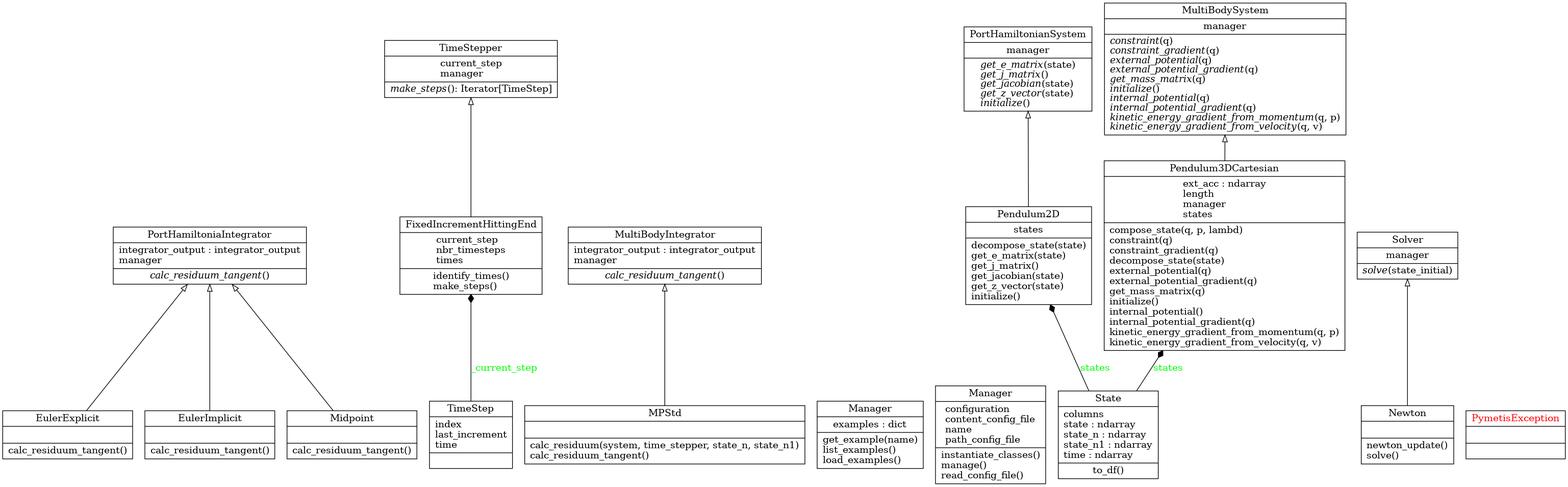
Earlier version of the Graphviz export docs/assets/classes_pydykit.png (pydykit/pydykit). Its source is kept beside it as docs/assets/classes_pydykit.dot. Source of this version:
```dot
digraph "classes_pymetis" {
rankdir=BT
charset="utf-8"
"pymetis.integrators.EulerExplicit" [color="black", fontcolor="black", label=<{EulerExplicit|<br ALIGN="LEFT"/>|calc_residuum_tangent()<br ALIGN="LEFT"/>}>, shape="record", style="solid"];
"pymetis.integrators.EulerImplicit" [color="black", fontcolor="black", label=<{EulerImplicit|<br ALIGN="LEFT"/>|calc_residuum_tangent()<br ALIGN="LEFT"/>}>, shape="record", style="solid"];
"pymetis.time_steppers.FixedIncrementHittingEnd" [color="black", fontcolor="black", label=<{FixedIncrementHittingEnd|current_step<br ALIGN="LEFT"/>nbr_timesteps<br ALIGN="LEFT"/>times : ndarray<br ALIGN="LEFT"/>|identify_times()<br ALIGN="LEFT"/>make_steps()<br ALIGN="LEFT"/>}>, shape="record", style="solid"];
"pymetis.integrators.MPStd" [color="black", fontcolor="black", label=<{MPStd|<br ALIGN="LEFT"/>|calc_residuum(system, time_stepper, state_n, state_n1)<br ALIGN="LEFT"/>calc_residuum_tangent()<br ALIGN="LEFT"/>}>, shape="record", style="solid"];
"pymetis.examples.Manager" [color="black", fontcolor="black", label=<{Manager|examples : dict<br ALIGN="LEFT"/>|get_example(name)<br ALIGN="LEFT"/>list_examples()<br ALIGN="LEFT"/>load_examples()<br ALIGN="LEFT"/>}>, shape="record", style="solid"];
"pymetis.core.Manager" [color="black", fontcolor="black", label=<{Manager|configuration<br ALIGN="LEFT"/>content_config_file<br ALIGN="LEFT"/>name<br ALIGN="LEFT"/>path_config_file<br ALIGN="LEFT"/>|instantiate_classes()<br ALIGN="LEFT"/>manage()<br ALIGN="LEFT"/>read_config_file()<br ALIGN="LEFT"/>}>, shape="record", style="solid"];
"pymetis.integrators.Midpoint" [color="black", fontcolor="black", label=<{Midpoint|<br ALIGN="LEFT"/>|calc_residuum_tangent()<br ALIGN="LEFT"/>}>, shape="record", style="solid"];
"pymetis.integrators.MultiBodyIntegrator" [color="black", fontcolor="black", label=<{MultiBodyIntegrator|integrator_output : integrator_output<br ALIGN="LEFT"/>manager<br ALIGN="LEFT"/>|<I>calc_residuum_tangent</I>()<br ALIGN="LEFT"/>}>, shape="record", style="solid"];
"pymetis.systems.MultiBodySystem" [color="black", fontcolor="black", label=<{MultiBodySystem|manager<br ALIGN="LEFT"/>|<I>constraint</I>(q)<br ALIGN="LEFT"/><I>constraint_gradient</I>(q)<br ALIGN="LEFT"/><I>external_potential</I>(q)<br ALIGN="LEFT"/><I>external_potential_gradient</I>(q)<br ALIGN="LEFT"/><I>get_mass_matrix</I>(q)<br ALIGN="LEFT"/><I>initialize</I>()<br ALIGN="LEFT"/><I>internal_potential</I>(q)<br ALIGN="LEFT"/><I>internal_potential_gradient</I>(q)<br ALIGN="LEFT"/><I>kinetic_energy_gradient_from_momentum</I>(q, p)<br ALIGN="LEFT"/><I>kinetic_energy_gradient_from_velocity</I>(q, v)<br ALIGN="LEFT"/>}>, shape="record", style="solid"];
"pymetis.solvers.Newton" [color="black", fontcolor="black", label=<{Newton|<br ALIGN="LEFT"/>|newton_update()<br ALIGN="LEFT"/>solve()<br ALIGN="LEFT"/>}>, shape="record", style="solid"];
"pymetis.systems.Pendulum2D" [color="black", fontcolor="black", label=<{Pendulum2D|states<br ALIGN="LEFT"/>|decompose_state(state)<br ALIGN="LEFT"/>get_e_matrix(state)<br ALIGN="LEFT"/>get_j_matrix()<br ALIGN="LEFT"/>get_jacobian(state)<br ALIGN="LEFT"/>get_z_vector(state)<br ALIGN="LEFT"/>initialize()<br ALIGN="LEFT"/>}>, shape="record", style="solid"];
"pymetis.systems.Pendulum3DCartesian" [color="black", fontcolor="black", label=<{Pendulum3DCartesian|ext_acc : ndarray<br ALIGN="LEFT"/>length : ndarray<br ALIGN="LEFT"/>manager<br ALIGN="LEFT"/>states<br ALIGN="LEFT"/>|compose_state(q, p, lambd)<br ALIGN="LEFT"/>constraint(q)<br ALIGN="LEFT"/>constraint_gradient(q)<br ALIGN="LEFT"/>decompose_state(state)<br ALIGN="LEFT"/>external_potential(q)<br ALIGN="LEFT"/>external_potential_gradient(q)<br ALIGN="LEFT"/>get_mass_matrix(q)<br ALIGN="LEFT"/>initialize()<br ALIGN="LEFT"/>internal_potential()<br ALIGN="LEFT"/>internal_potential_gradient(q)<br ALIGN="LEFT"/>kinetic_energy_gradient_from_momentum(q, p)<br ALIGN="LEFT"/>kinetic_energy_gradient_from_velocity(q, v)<br ALIGN="LEFT"/>}>, shape="record", style="solid"];
"pymetis.integrators.PortHamiltoniaIntegrator" [color="black", fontcolor="black", label=<{PortHamiltoniaIntegrator|integrator_output : integrator_output<br ALIGN="LEFT"/>manager<br ALIGN="LEFT"/>|<I>calc_residuum_tangent</I>()<br ALIGN="LEFT"/>}>, shape="record", style="solid"];
"pymetis.systems.PortHamiltonianSystem" [color="black", fontcolor="black", label=<{PortHamiltonianSystem|manager<br ALIGN="LEFT"/>|<I>get_e_matrix</I>(state)<br ALIGN="LEFT"/><I>get_j_matrix</I>()<br ALIGN="LEFT"/><I>get_jacobian</I>(state)<br ALIGN="LEFT"/><I>get_z_vector</I>(state)<br ALIGN="LEFT"/><I>initialize</I>()<br ALIGN="LEFT"/>}>, shape="record", style="solid"];
"pymetis.utils.PymetisException" [color="black", fontcolor="red", label=<{PymetisException|<br ALIGN="LEFT"/>|}>, shape="record", style="solid"];
"pymetis.solvers.Solver" [color="black", fontcolor="black", label=<{Solver|manager<br ALIGN="LEFT"/>|<I>solve</I>(state_initial)<br ALIGN="LEFT"/>}>, shape="record", style="solid"];
"pymetis.states.State" [color="black", fontcolor="black", label=<{State|columns<br ALIGN="LEFT"/>state : ndarray<br ALIGN="LEFT"/>state_n : ndarray<br ALIGN="LEFT"/>state_n1 : ndarray<br ALIGN="LEFT"/>time : ndarray<br ALIGN="LEFT"/>|to_df()<br ALIGN="LEFT"/>}>, shape="record", style="solid"];
"pymetis.time_steppers.TimeStep" [color="black", fontcolor="black", label=<{TimeStep|index<br ALIGN="LEFT"/>last_increment<br ALIGN="LEFT"/>time<br ALIGN="LEFT"/>|}>, shape="record", style="solid"];
"pymetis.time_steppers.TimeStepper" [color="black", fontcolor="black", label=<{TimeStepper|current_step<br ALIGN="LEFT"/>manager<br ALIGN="LEFT"/>|<I>make_steps</I>(): Iterator[TimeStep]<br ALIGN="LEFT"/>}>, shape="record", style="solid"];
"pymetis.integrators.EulerExplicit" -> "pymetis.integrators.PortHamiltoniaIntegrator" [arrowhead="empty", arrowtail="none"];
"pymetis.integrators.EulerImplicit" -> "pymetis.integrators.PortHamiltoniaIntegrator" [arrowhead="empty", arrowtail="none"];
"pymetis.integrators.MPStd" -> "pymetis.integrators.MultiBodyIntegrator" [arrowhead="empty", arrowtail="none"];
"pymetis.integrators.Midpoint" -> "pymetis.integrators.PortHamiltoniaIntegrator" [arrowhead="empty", arrowtail="none"];
"pymetis.solvers.Newton" -> "pymetis.solvers.Solver" [arrowhead="empty", arrowtail="none"];
"pymetis.systems.Pendulum2D" -> "pymetis.systems.PortHamiltonianSystem" [arrowhead="empty", arrowtail="none"];
"pymetis.systems.Pendulum3DCartesian" -> "pymetis.systems.MultiBodySystem" [arrowhead="empty", arrowtail="none"];
"pymetis.time_steppers.FixedIncrementHittingEnd" -> "pymetis.time_steppers.TimeStepper" [arrowhead="empty", arrowtail="none"];
"pymetis.states.State" -> "pymetis.systems.Pendulum2D" [arrowhead="diamond", arrowtail="none", fontcolor="green", label="states", style="solid"];
"pymetis.states.State" -> "pymetis.systems.Pendulum3DCartesian" [arrowhead="diamond", arrowtail="none", fontcolor="green", label="states", style="solid"];
"pymetis.time_steppers.TimeStep" -> "pymetis.time_steppers.FixedIncrementHittingEnd" [arrowhead="diamond", arrowtail="none", fontcolor="green", label="_current_step", style="solid"];
}
```
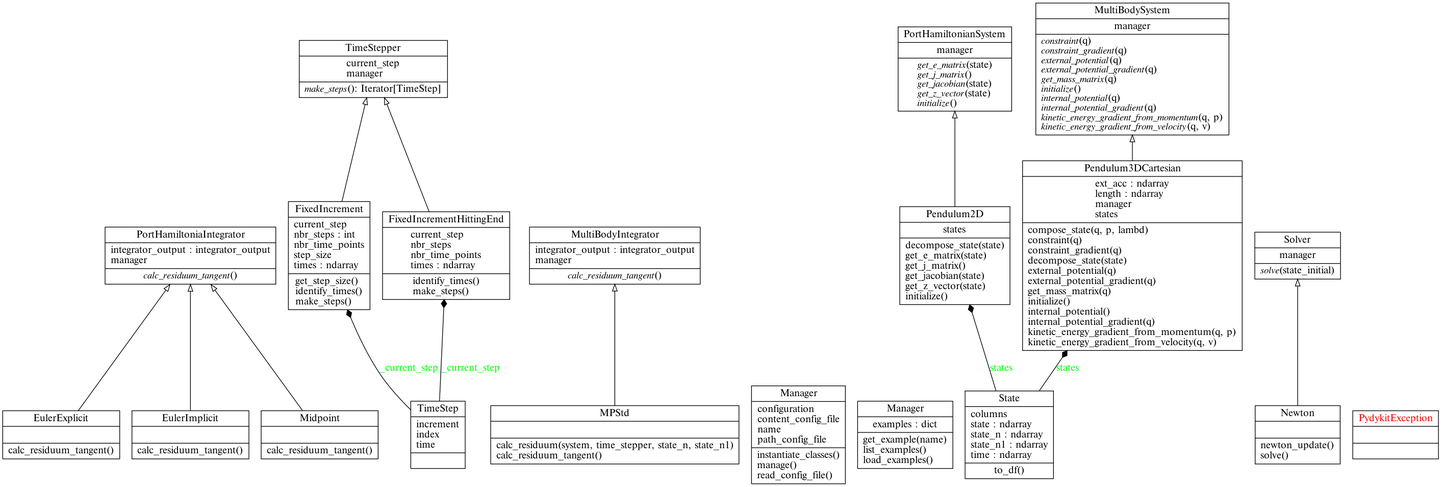
The same diagram one commit later.

Change to the diagram source:
```diff
@@ -1,34 +1,37 @@
-digraph "classes_pymetis" {
+digraph "classes_pydykit" {
 rankdir=BT
 charset="utf-8"
-"pymetis.integrators.EulerExplicit" [color="black", fontcolor="black", label=<{EulerExplicit|<br ALIGN="LEFT"/>|calc_residuum_tangent()<br ALIGN="LEFT"/>}>, shape="record", style="solid"];
-"pymetis.integrators.EulerImplicit" [color="black", fontcolor="black", label=<{EulerImplicit|<br ALIGN="LEFT"/>|calc_residuum_tangent()<br ALIGN="LEFT"/>}>, shape="record", style="solid"];
-"pymetis.time_steppers.FixedIncrementHittingEnd" [color="black", fontcolor="black", label=<{FixedIncrementHittingEnd|current_step<br ALIGN="LEFT"/>nbr_timesteps<br ALIGN="LEFT"/>times : ndarray<br ALIGN="LEFT"/>|identify_times()<br ALIGN="LEFT"/>make_steps()<br ALIGN="LEFT"/>}>, shape="record", style="solid"];
-"pymetis.integrators.MPStd" [color="black", fontcolor="black", label=<{MPStd|<br ALIGN="LEFT"/>|calc_residuum(system, time_stepper, state_n, state_n1)<br ALIGN="LEFT"/>calc_residuum_tangent()<br ALIGN="LEFT"/>}>, shape="record", style="solid"];
-"pymetis.examples.Manager" [color="black", fontcolor="black", label=<{Manager|examples : dict<br ALIGN="LEFT"/>|get_example(name)<br ALIGN="LEFT"/>list_examples()<br ALIGN="LEFT"/>load_examples()<br ALIGN="LEFT"/>}>, shape="record", style="solid"];
-"pymetis.core.Manager" [color="black", fontcolor="black", label=<{Manager|configuration<br ALIGN="LEFT"/>content_config_file<br ALIGN="LEFT"/>name<br ALIGN="LEFT"/>path_config_file<br ALIGN="LEFT"/>|instantiate_classes()<br ALIGN="LEFT"/>manage()<br ALIGN="LEFT"/>read_config_file()<br ALIGN="LEFT"/>}>, shape="record", style="solid"];
-"pymetis.integrators.Midpoint" [color="black", fontcolor="black", label=<{Midpoint|<br ALIGN="LEFT"/>|calc_residuum_tangent()<br ALIGN="LEFT"/>}>, shape="record", style="solid"];
-"pymetis.integrators.MultiBodyIntegrator" [color="black", fontcolor="black", label=<{MultiBodyIntegrator|integrator_output : integrator_output<br ALIGN="LEFT"/>manager<br ALIGN="LEFT"/>|<I>calc_residuum_tangent</I>()<br ALIGN="LEFT"/>}>, shape="record", style="solid"];
-"pymetis.systems.MultiBodySystem" [color="black", fontcolor="black", label=<{MultiBodySystem|manager<br ALIGN="LEFT"/>|<I>constraint</I>(q)<br ALIGN="LEFT"/><I>constraint_gradient</I>(q)<br ALIGN="LEFT"/><I>external_potential</I>(q)<br ALIGN="LEFT"/><I>external_potential_gradient</I>(q)<br ALIGN="LEFT"/><I>get_mass_matrix</I>(q)<br ALIGN="LEFT"/><I>initialize</I>()<br ALIGN="LEFT"/><I>internal_potential</I>(q)<br ALIGN="LEFT"/><I>internal_potential_gradient</I>(q)<br ALIGN="LEFT"/><I>kinetic_energy_gradient_from_momentum</I>(q, p)<br ALIGN="LEFT"/><I>kinetic_energy_gradient_from_velocity</I>(q, v)<br ALIGN="LEFT"/>}>, shape="record", style="solid"];
-"pymetis.solvers.Newton" [color="black", fontcolor="black", label=<{Newton|<br ALIGN="LEFT"/>|newton_update()<br ALIGN="LEFT"/>solve()<br ALIGN="LEFT"/>}>, shape="record", style="solid"];
-"pymetis.systems.Pendulum2D" [color="black", fontcolor="black", label=<{Pendulum2D|states<br ALIGN="LEFT"/>|decompose_state(state)<br ALIGN="LEFT"/>get_e_matrix(state)<br ALIGN="LEFT"/>get_j_matrix()<br ALIGN="LEFT"/>get_jacobian(state)<br ALIGN="LEFT"/>get_z_vector(state)<br ALIGN="LEFT"/>initialize()<br ALIGN="LEFT"/>}>, shape="record", style="solid"];
-"pymetis.systems.Pendulum3DCartesian" [color="black", fontcolor="black", label=<{Pendulum3DCartesian|ext_acc : ndarray<br ALIGN="LEFT"/>length : ndarray<br ALIGN="LEFT"/>manager<br ALIGN="LEFT"/>states<br ALIGN="LEFT"/>|compose_state(q, p, lambd)<br ALIGN="LEFT"/>constraint(q)<br ALIGN="LEFT"/>constraint_gradient(q)<br ALIGN="LEFT"/>decompose_state(state)<br ALIGN="LEFT"/>external_potential(q)<br ALIGN="LEFT"/>external_potential_gradient(q)<br ALIGN="LEFT"/>get_mass_matrix(q)<br ALIGN="LEFT"/>initialize()<br ALIGN="LEFT"/>internal_potential()<br ALIGN="LEFT"/>internal_potential_gradient(q)<br ALIGN="LEFT"/>kinetic_energy_gradient_from_momentum(q, p)<br ALIGN="LEFT"/>kinetic_energy_gradient_from_velocity(q, v)<br ALIGN="LEFT"/>}>, shape="record", style="solid"];
-"pymetis.integrators.PortHamiltoniaIntegrator" [color="black", fontcolor="black", label=<{PortHamiltoniaIntegrator|integrator_output : integrator_output<br ALIGN="LEFT"/>manager<br ALIGN="LEFT"/>|<I>calc_residuum_tangent</I>()<br ALIGN="LEFT"/>}>, shape="record", style="solid"];
-"pymetis.systems.PortHamiltonianSystem" [color="black", fontcolor="black", label=<{PortHamiltonianSystem|manager<br ALIGN="LEFT"/>|<I>get_e_matrix</I>(state)<br ALIGN="LEFT"/><I>get_j_matrix</I>()<br ALIGN="LEFT"/><I>get_jacobian</I>(state)<br ALIGN="LEFT"/><I>get_z_vector</I>(state)<br ALIGN="LEFT"/><I>initialize</I>()<br ALIGN="LEFT"/>}>, shape="record", style="solid"];
-"pymetis.utils.PymetisException" [color="black", fontcolor="red", label=<{PymetisException|<br ALIGN="LEFT"/>|}>, shape="record", style="solid"];
-"pymetis.solvers.Solver" [color="black", fontcolor="black", label=<{Solver|manager<br ALIGN="LEFT"/>|<I>solve</I>(state_initial)<br ALIGN="LEFT"/>}>, shape="record", style="solid"];
-"pymetis.states.State" [color="black", fontcolor="black", label=<{State|columns<br ALIGN="LEFT"/>state : ndarray<br ALIGN="LEFT"/>state_n : ndarray<br ALIGN="LEFT"/>state_n1 : ndarray<br ALIGN="LEFT"/>time : ndarray<br ALIGN="LEFT"/>|to_df()<br ALIGN="LEFT"/>}>, shape="record", style="solid"];
-"pymetis.time_steppers.TimeStep" [color="black", fontcolor="black", label=<{TimeStep|index<br ALIGN="LEFT"/>last_increment<br ALIGN="LEFT"/>time<br ALIGN="LEFT"/>|}>, shape="record", style="solid"];
-"pymetis.time_steppers.TimeStepper" [color="black", fontcolor="black", label=<{TimeStepper|current_step<br ALIGN="LEFT"/>manager<br ALIGN="LEFT"/>|<I>make_steps</I>(): Iterator[TimeStep]<br ALIGN="LEFT"/>}>, shape="record", style="solid"];
-"pymetis.integrators.EulerExplicit" -> "pymetis.integrators.PortHamiltoniaIntegrator" [arrowhead="empty", arrowtail="none"];
-"pymetis.integrators.EulerImplicit" -> "pymetis.integrators.PortHamiltoniaIntegrator" [arrowhead="empty", arrowtail="none"];
-"pymetis.integrators.MPStd" -> "pymetis.integrators.MultiBodyIntegrator" [arrowhead="empty", arrowtail="none"];
-"pymetis.integrators.Midpoint" -> "pymetis.integrators.PortHamiltoniaIntegrator" [arrowhead="empty", arrowtail="none"];
-"pymetis.solvers.Newton" -> "pymetis.solvers.Solver" [arrowhead="empty", arrowtail="none"];
-"pymetis.systems.Pendulum2D" -> "pymetis.systems.PortHamiltonianSystem" [arrowhead="empty", arrowtail="none"];
-"pymetis.systems.Pendulum3DCartesian" -> "pymetis.systems.MultiBodySystem" [arrowhead="empty", arrowtail="none"];
-"pymetis.time_steppers.FixedIncrementHittingEnd" -> "pymetis.time_steppers.TimeStepper" [arrowhead="empty", arrowtail="none"];
-"pymetis.states.State" -> "pymetis.systems.Pendulum2D" [arrowhead="diamond", arrowtail="none", fontcolor="green", label="states", style="solid"];
-"pymetis.states.State" -> "pymetis.systems.Pendulum3DCartesian" [arrowhead="diamond", arrowtail="none", fontcolor="green", label="states", style="solid"];
-"pymetis.time_steppers.TimeStep" -> "pymetis.time_steppers.FixedIncrementHittingEnd" [arrowhead="diamond", arrowtail="none", fontcolor="green", label="_current_step", style="solid"];
+"pydykit.integrators.EulerExplicit" [color="black", fontcolor="black", label=<{EulerExplicit|<br ALIGN="LEFT"/>|calc_residuum_tangent()<br ALIGN="LEFT"/>}>, shape="record", style="solid"];
+"pydykit.integrators.EulerImplicit" [color="black", fontcolor="black", label=<{EulerImplicit|<br ALIGN="LEFT"/>|calc_residuum_tangent()<br ALIGN="LEFT"/>}>, shape="record", style="solid"];
+"pydykit.time_steppers.FixedIncrement" [color="black", fontcolor="black", label=<{FixedIncrement|current_step<br ALIGN="LEFT"/>nbr_steps : int<br ALIGN="LEFT"/>nbr_time_points<br ALIGN="LEFT"/>step_size<br ALIGN="LEFT"/>times : ndarray<br ALIGN="LEFT"/>|get_step_size()<br ALIGN="LEFT"/>identify_times()<br ALIGN="LEFT"/>make_steps()<br ALIGN="LEFT"/>}>, shape="record", style="solid"];
+"pydykit.time_steppers.FixedIncrementHittingEnd" [color="black", fontcolor="black", label=<{FixedIncrementHittingEnd|current_step<br ALIGN="LEFT"/>nbr_steps<br ALIGN="LEFT"/>nbr_time_points<br ALIGN="LEFT"/>times : ndarray<br ALIGN="LEFT"/>|identify_times()<br ALIGN="LEFT"/>make_steps()<br ALIGN="LEFT"/>}>, shape="record", style="solid"];
+"pydykit.integrators.MPStd" [color="black", fontcolor="black", label=<{MPStd|<br ALIGN="LEFT"/>|calc_residuum(system, time_stepper, state_n, state_n1)<br ALIGN="LEFT"/>calc_residuum_tangent()<br ALIGN="LEFT"/>}>, shape="record", style="solid"];
+"pydykit.core.Manager" [color="black", fontcolor="black", label=<{Manager|configuration<br ALIGN="LEFT"/>content_config_file<br ALIGN="LEFT"/>name<br ALIGN="LEFT"/>path_config_file<br ALIGN="LEFT"/>|instantiate_classes()<br ALIGN="LEFT"/>manage()<br ALIGN="LEFT"/>read_config_file()<br ALIGN="LEFT"/>}>, shape="record", style="solid"];
+"pydykit.examples.Manager" [color="black", fontcolor="black", label=<{Manager|examples : dict<br ALIGN="LEFT"/>|get_example(name)<br ALIGN="LEFT"/>list_examples()<br ALIGN="LEFT"/>load_examples()<br ALIGN="LEFT"/>}>, shape="record", style="solid"];
+"pydykit.integrators.Midpoint" [color="black", fontcolor="black", label=<{Midpoint|<br ALIGN="LEFT"/>|calc_residuum_tangent()<br ALIGN="LEFT"/>}>, shape="record", style="solid"];
+"pydykit.integrators.MultiBodyIntegrator" [color="black", fontcolor="black", label=<{MultiBodyIntegrator|integrator_output : integrator_output<br ALIGN="LEFT"/>manager<br ALIGN="LEFT"/>|<I>calc_residuum_tangent</I>()<br ALIGN="LEFT"/>}>, shape="record", style="solid"];
+"pydykit.systems.MultiBodySystem" [color="black", fontcolor="black", label=<{MultiBodySystem|manager<br ALIGN="LEFT"/>|<I>constraint</I>(q)<br ALIGN="LEFT"/><I>constraint_gradient</I>(q)<br ALIGN="LEFT"/><I>external_potential</I>(q)<br ALIGN="LEFT"/><I>external_potential_gradient</I>(q)<br ALIGN="LEFT"/><I>get_mass_matrix</I>(q)<br ALIGN="LEFT"/><I>initialize</I>()<br ALIGN="LEFT"/><I>internal_potential</I>(q)<br ALIGN="LEFT"/><I>internal_potential_gradient</I>(q)<br ALIGN="LEFT"/><I>kinetic_energy_gradient_from_momentum</I>(q, p)<br ALIGN="LEFT"/><I>kinetic_energy_gradient_from_velocity</I>(q, v)<br ALIGN="LEFT"/>}>, shape="record", style="solid"];
+"pydykit.solvers.Newton" [color="black", fontcolor="black", label=<{Newton|<br ALIGN="LEFT"/>|newton_update()<br ALIGN="LEFT"/>solve()<br ALIGN="LEFT"/>}>, shape="record", style="solid"];
+"pydykit.systems.Pendulum2D" [color="black", fontcolor="black", label=<{Pendulum2D|states<br ALIGN="LEFT"/>|decompose_state(state)<br ALIGN="LEFT"/>get_e_matrix(state)<br ALIGN="LEFT"/>get_j_matrix()<br ALIGN="LEFT"/>get_jacobian(state)<br ALIGN="LEFT"/>get_z_vector(state)<br ALIGN="LEFT"/>initialize()<br ALIGN="LEFT"/>}>, shape="record", style="solid"];
+"pydykit.systems.Pendulum3DCartesian" [color="black", fontcolor="black", label=<{Pendulum3DCartesian|ext_acc : ndarray<br ALIGN="LEFT"/>length : ndarray<br ALIGN="LEFT"/>manager<br ALIGN="LEFT"/>states<br ALIGN="LEFT"/>|compose_state(q, p, lambd)<br ALIGN="LEFT"/>constraint(q)<br ALIGN="LEFT"/>constraint_gradient(q)<br ALIGN="LEFT"/>decompose_state(state)<br ALIGN="LEFT"/>external_potential(q)<br ALIGN="LEFT"/>external_potential_gradient(q)<br ALIGN="LEFT"/>get_mass_matrix(q)<br ALIGN="LEFT"/>initialize()<br ALIGN="LEFT"/>internal_potential()<br ALIGN="LEFT"/>internal_potential_gradient(q)<br ALIGN="LEFT"/>kinetic_energy_gradient_from_momentum(q, p)<br ALIGN="LEFT"/>kinetic_energy_gradient_from_velocity(q, v)<br ALIGN="LEFT"/>}>, shape="record", style="solid"];
+"pydykit.integrators.PortHamiltoniaIntegrator" [color="black", fontcolor="black", label=<{PortHamiltoniaIntegrator|integrator_output : integrator_output<br ALIGN="LEFT"/>manager<br ALIGN="LEFT"/>|<I>calc_residuum_tangent</I>()<br ALIGN="LEFT"/>}>, shape="record", style="solid"];
+"pydykit.systems.PortHamiltonianSystem" [color="black", fontcolor="black", label=<{PortHamiltonianSystem|manager<br ALIGN="LEFT"/>|<I>get_e_matrix</I>(state)<br ALIGN="LEFT"/><I>get_j_matrix</I>()<br ALIGN="LEFT"/><I>get_jacobian</I>(state)<br ALIGN="LEFT"/><I>get_z_vector</I>(state)<br ALIGN="LEFT"/><I>initialize</I>()<br ALIGN="LEFT"/>}>, shape="record", style="solid"];
+"pydykit.utils.PydykitException" [color="black", fontcolor="red", label=<{PydykitException|<br ALIGN="LEFT"/>|}>, shape="record", style="solid"];
+"pydykit.solvers.Solver" [color="black", fontcolor="black", label=<{Solver|manager<br ALIGN="LEFT"/>|<I>solve</I>(state_initial)<br ALIGN="LEFT"/>}>, shape="record", style="solid"];
+"pydykit.states.State" [color="black", fontcolor="black", label=<{State|columns<br ALIGN="LEFT"/>state : ndarray<br ALIGN="LEFT"/>state_n : ndarray<br ALIGN="LEFT"/>state_n1 : ndarray<br ALIGN="LEFT"/>time : ndarray<br ALIGN="LEFT"/>|to_df()<br ALIGN="LEFT"/>}>, shape="record", style="solid"];
+"pydykit.time_steppers.TimeStep" [color="black", fontcolor="black", label=<{TimeStep|increment<br ALIGN="LEFT"/>index<br ALIGN="LEFT"/>time<br ALIGN="LEFT"/>|}>, shape="record", style="solid"];
+"pydykit.time_steppers.TimeStepper" [color="black", fontcolor="black", label=<{TimeStepper|current_step<br ALIGN="LEFT"/>manager<br ALIGN="LEFT"/>|<I>make_steps</I>(): Iterator[TimeStep]<br ALIGN="LEFT"/>}>, shape="record", style="solid"];
+"pydykit.integrators.EulerExplicit" -> "pydykit.integrators.PortHamiltoniaIntegrator" [arrowhead="empty", arrowtail="none"];
+"pydykit.integrators.EulerImplicit" -> "pydykit.integrators.PortHamiltoniaIntegrator" [arrowhead="empty", arrowtail="none"];
+"pydykit.integrators.MPStd" -> "pydykit.integrators.MultiBodyIntegrator" [arrowhead="empty", arrowtail="none"];
+"pydykit.integrators.Midpoint" -> "pydykit.integrators.PortHamiltoniaIntegrator" [arrowhead="empty", arrowtail="none"];
+"pydykit.solvers.Newton" -> "pydykit.solvers.Solver" [arrowhead="empty", arrowtail="none"];
+"pydykit.systems.Pendulum2D" -> "pydykit.systems.PortHamiltonianSystem" [arrowhead="empty", arrowtail="none"];
+"pydykit.systems.Pendulum3DCartesian" -> "pydykit.systems.MultiBodySystem" [arrowhead="empty", arrowtail="none"];
+"pydykit.time_steppers.FixedIncrement" -> "pydykit.time_steppers.TimeStepper" [arrowhead="empty", arrowtail="none"];
+"pydykit.time_steppers.FixedIncrementHittingEnd" -> "pydykit.time_steppers.TimeStepper" [arrowhead="empty", arrowtail="none"];
+"pydykit.states.State" -> "pydykit.systems.Pendulum2D" [arrowhead="diamond", arrowtail="none", fontcolor="green", label="states", style="solid"];
+"pydykit.states.State" -> "pydykit.systems.Pendulum3DCartesian" [arrowhead="diamond", arrowtail="none", fontcolor="green", label="states", style="solid"];
+"pydykit.time_steppers.TimeStep" -> "pydykit.time_steppers.FixedIncrement" [arrowhead="diamond", arrowtail="none", fontcolor="green", label="_current_step", style="solid"];
+"pydykit.time_steppers.TimeStep" -> "pydykit.time_steppers.FixedIncrementHittingEnd" [arrowhead="diamond", arrowtail="none", fontcolor="green", label="_current_step", style="solid"];
 }
```
